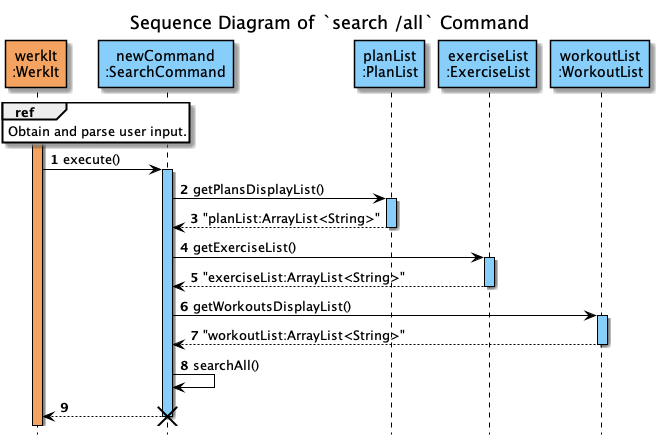
This is docs/uml/sequenceDiagrams/search/images/searchAll.png from nus-cs2113-AY2122S2/tp, a PlantUML export, as it was before one commit.
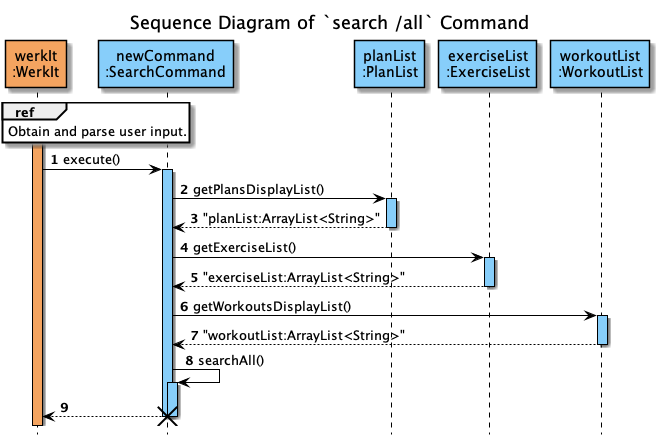
The same file after the commit.

Diff of the diagram source:
```diff
@@ -39,7 +39,10 @@
 newCommand <-- WorkoutList : "workoutList:ArrayList<String>"
 deactivate WorkoutList
 
+
 newCommand -> newCommand : searchAll()
+
+activate newCommand #LightSkyBlue
 
 newCommand --> WerkIt
 deactivate newCommand
```
